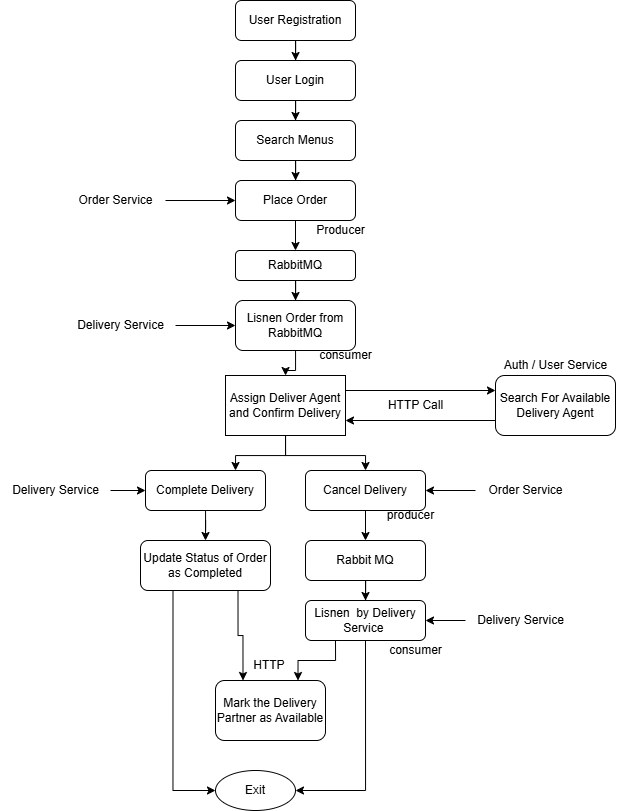
Before: MicroservicesAssissmentDataFlowDiagram.png, a diagram exported from draw.io (chetanmundle/Microservices_Assissment). Source tidied: cells renumbered, new cells last; positions are measured from the earlier drawing's top-left corner, leaving out a move shared by most shapes.
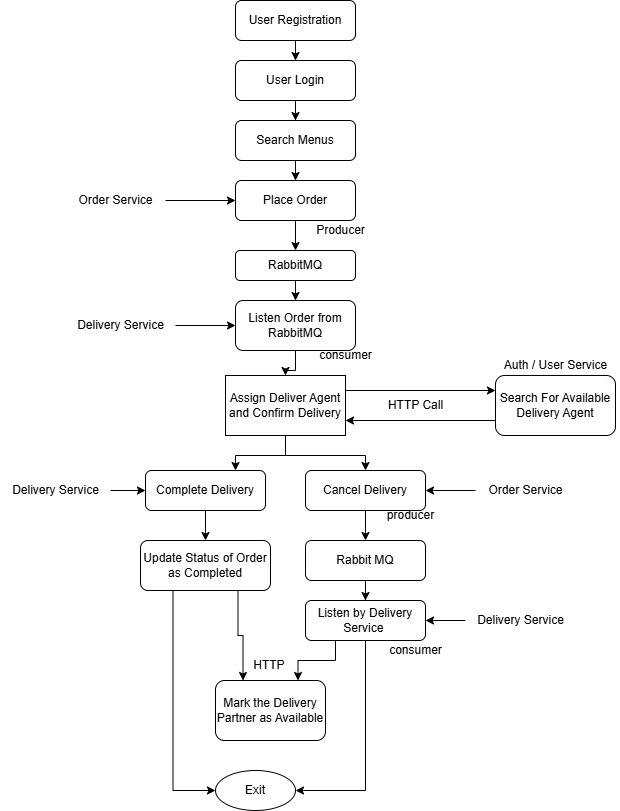
Later version of the same file.

Diff of the diagram source:
```diff
@@ -44,7 +44,7 @@
     <mxCell id="15" style="edgeStyle=orthogonalEdgeStyle;rounded=0;jettySize=auto;html=1;" parent="1" edge="1" source="16" target="21">
       <mxGeometry relative="1" as="geometry" />
     </mxCell>
-    <mxCell id="16" value="Lisnen Order from RabbitMQ" style="rounded=1;whiteSpace=wrap;html=1;" parent="1" vertex="1">
+    <mxCell id="16" value="Listen Order from RabbitMQ" style="rounded=1;whiteSpace=wrap;html=1;" parent="1" vertex="1">
       <mxGeometry x="235" y="300" width="120" height="50" as="geometry" />
     </mxCell>
     <mxCell id="17" value="consumer" style="text;html=1;align=center;verticalAlign=middle;strokeColor=none;fillColor=none;" parent="1" vertex="1">
@@ -110,7 +110,7 @@
     <mxCell id="37" style="edgeStyle=orthogonalEdgeStyle;rounded=0;jettySize=auto;html=1;exitX=0.5;exitY=1;exitDx=0;exitDy=0;entryX=1;entryY=0.5;entryDx=0;entryDy=0;" parent="1" edge="1" source="38" target="47">
       <mxGeometry relative="1" as="geometry" />
     </mxCell>
-    <mxCell id="38" value="Lisnen&amp;nbsp;&amp;nbsp;by Delivery Service&amp;nbsp;" style="rounded=1;whiteSpace=wrap;html=1;" parent="1" vertex="1">
+    <mxCell id="38" value="Listen&amp;nbsp;by Delivery Service&amp;nbsp;" style="rounded=1;whiteSpace=wrap;html=1;" parent="1" vertex="1">
       <mxGeometry x="305" y="600" width="120" height="40" as="geometry" />
     </mxCell>
     <mxCell id="39" style="edgeStyle=orthogonalEdgeStyle;rounded=0;jettySize=auto;html=1;" parent="1" edge="1" source="40">
```
